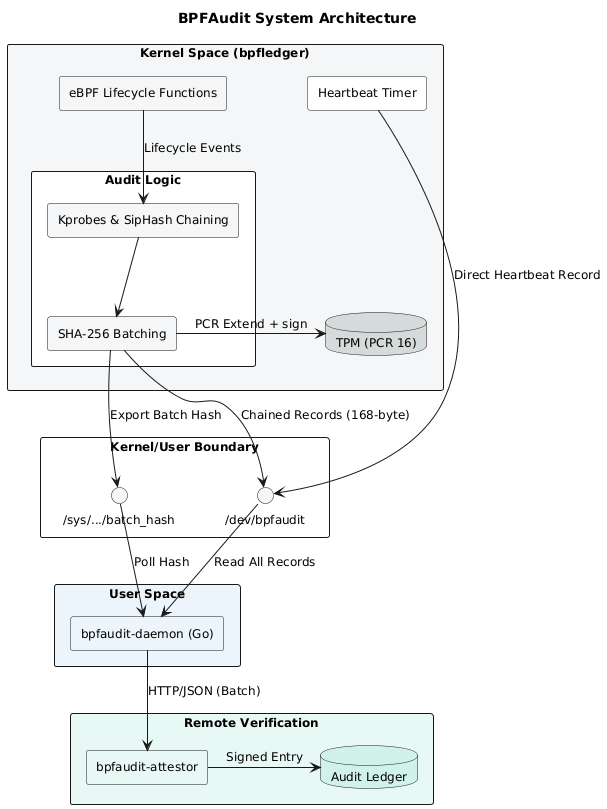
kpulsr/BPFAudit keeps this PlantUML diagram as arch.png. Above is the earlier version.
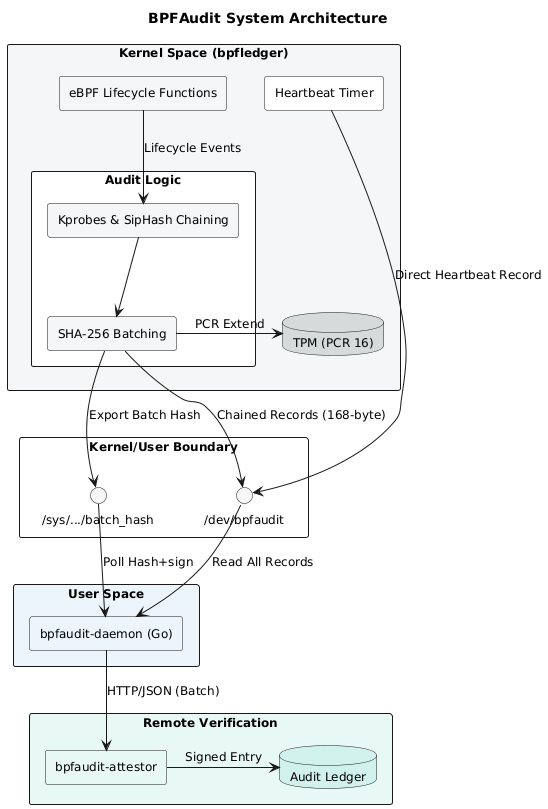
The same file after the commit.

Commit message:
arch-image-sign-correction

Change to the diagram source:
```diff
@@ -44,13 +44,13 @@
 ebpf -down-> chain : Lifecycle Events
 chain -down-> batch
 batch -down-> sysfs : Export Batch Hash
-batch -left-> tpm : PCR Extend + sign
+batch -left-> tpm : PCR Extend
 batch -down-> chdev : Chained Records (168-byte)
 
 timer -down-> chdev : Direct Heartbeat Record
 
 chdev -down-> daemon : Read All Records
-sysfs -down-> daemon : Poll Hash
+sysfs -down-> daemon : Poll Hash+sign
 
 daemon -down-> attestor : HTTP/JSON (Batch)
 attestor -right-> ledger : Signed Entry
```
